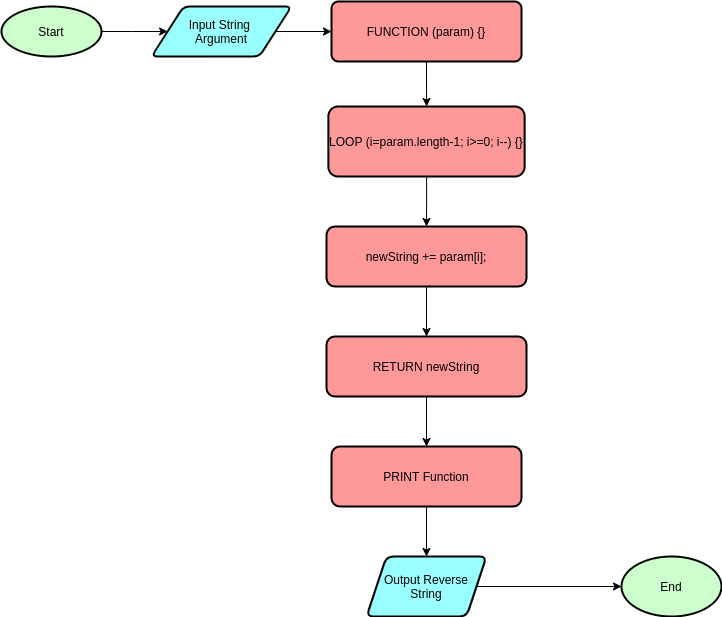
This is Flowchart/1_reverseString.png from ferdianfh/algorithm-and-flowchart, a draw.io export, as it was before one commit. Source tidied: cells renumbered, new cells last; positions are measured from the earlier drawing's top-left corner, leaving out a move shared by most shapes.
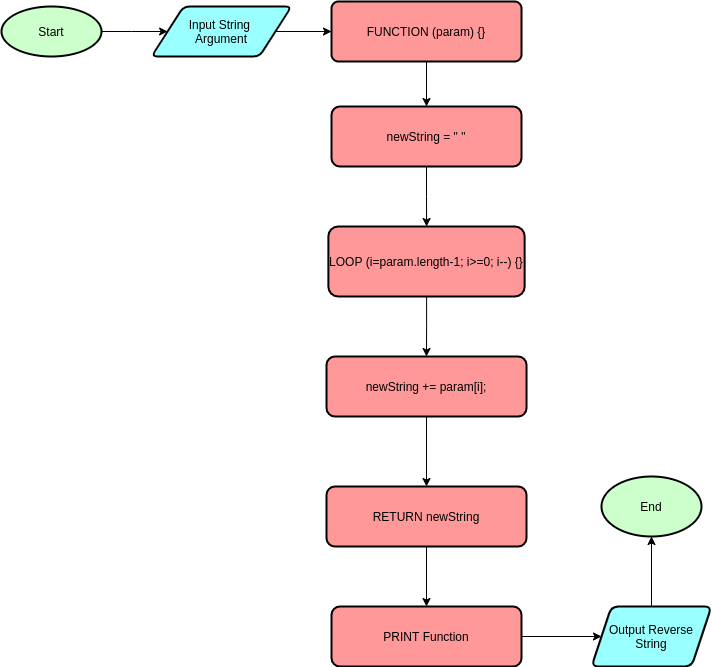
The same diagram one commit later.

Change to the diagram source:
```diff
@@ -19,9 +19,9 @@
     <mxCell id="5" value="Input String &lt;br&gt;Argument" style="shape=parallelogram;html=1;strokeWidth=2;perimeter=parallelogramPerimeter;whiteSpace=wrap;rounded=1;arcSize=12;size=0.23;fillColor=#99FFFF;" parent="1" vertex="1">
       <mxGeometry x="150" y="5" width="140" height="50" as="geometry" />
     </mxCell>
-    <mxCell id="6" style="edgeStyle=orthogonalEdgeStyle;rounded=0;jettySize=auto;html=1;" parent="1" edge="1" source="7" target="14">
-      <mxGeometry relative="1" as="geometry" />
-    </mxCell>
+    <mxCell id="19" style="edgeStyle=orthogonalEdgeStyle;rounded=0;jettySize=auto;html=1;" parent="1" edge="1" source="7" target="21">
+      <mxGeometry relative="1" as="geometry" />
+    </mxCell>
     <mxCell id="7" value="&lt;div style=&quot;text-align: left&quot;&gt;&lt;span&gt;FUNCTION (param) {}&lt;/span&gt;&lt;/div&gt;" style="rounded=1;whiteSpace=wrap;html=1;absoluteArcSize=1;arcSize=14;strokeWidth=2;align=center;fillColor=#FF9999;" parent="1" vertex="1">
       <mxGeometry x="330" width="190" height="60" as="geometry" />
     </mxCell>
@@ -29,34 +29,40 @@
       <mxGeometry relative="1" as="geometry" />
     </mxCell>
     <mxCell id="9" value="PRINT Function" style="whiteSpace=wrap;html=1;rounded=1;strokeWidth=2;arcSize=14;fillColor=#FF9999;" parent="1" vertex="1">
-      <mxGeometry x="330" y="445" width="190" height="60" as="geometry" />
+      <mxGeometry x="330" y="605" width="190" height="60" as="geometry" />
     </mxCell>
     <mxCell id="10" style="edgeStyle=orthogonalEdgeStyle;rounded=0;jettySize=auto;html=1;" parent="1" edge="1" source="11" target="12">
       <mxGeometry relative="1" as="geometry" />
     </mxCell>
     <mxCell id="11" value="Output Reverse String" style="shape=parallelogram;perimeter=parallelogramPerimeter;whiteSpace=wrap;html=1;fixedSize=1;rounded=1;strokeWidth=2;arcSize=14;fillColor=#99FFFF;" parent="1" vertex="1">
-      <mxGeometry x="365" y="555" width="120" height="60" as="geometry" />
+      <mxGeometry x="590" y="605" width="120" height="60" as="geometry" />
     </mxCell>
     <mxCell id="12" value="End" style="ellipse;whiteSpace=wrap;html=1;rounded=1;strokeWidth=2;arcSize=14;fillColor=#CCFFCC;" parent="1" vertex="1">
-      <mxGeometry x="620" y="555" width="100" height="60" as="geometry" />
+      <mxGeometry x="600" y="475" width="100" height="60" as="geometry" />
     </mxCell>
     <mxCell id="13" style="edgeStyle=orthogonalEdgeStyle;rounded=0;jettySize=auto;html=1;" parent="1" edge="1" source="14" target="16">
       <mxGeometry relative="1" as="geometry" />
     </mxCell>
     <mxCell id="14" value="&lt;span style=&quot;text-align: left&quot;&gt;LOOP (i=param.length-1; i&amp;gt;=0; i--) {}&lt;/span&gt;" style="rounded=1;whiteSpace=wrap;html=1;strokeWidth=2;fillColor=#FF9999;arcSize=14;" parent="1" vertex="1">
-      <mxGeometry x="326.9" y="105" width="196.2" height="70" as="geometry" />
+      <mxGeometry x="326.9" y="225" width="196.2" height="70" as="geometry" />
     </mxCell>
     <mxCell id="15" style="edgeStyle=orthogonalEdgeStyle;rounded=0;jettySize=auto;html=1;" parent="1" edge="1" source="16" target="18">
       <mxGeometry relative="1" as="geometry" />
     </mxCell>
     <mxCell id="16" value="&lt;span style=&quot;text-align: left&quot;&gt;newString += param[i];&lt;/span&gt;" style="whiteSpace=wrap;html=1;rounded=1;strokeWidth=2;fillColor=#FF9999;arcSize=14;" parent="1" vertex="1">
-      <mxGeometry x="325" y="225" width="200" height="60" as="geometry" />
+      <mxGeometry x="325" y="355" width="200" height="60" as="geometry" />
     </mxCell>
     <mxCell id="17" style="edgeStyle=orthogonalEdgeStyle;rounded=0;jettySize=auto;html=1;" parent="1" edge="1" source="18" target="9">
       <mxGeometry relative="1" as="geometry" />
     </mxCell>
     <mxCell id="18" value="RETURN newString" style="whiteSpace=wrap;html=1;rounded=1;strokeWidth=2;fillColor=#FF9999;arcSize=14;" parent="1" vertex="1">
-      <mxGeometry x="325" y="335" width="200" height="60" as="geometry" />
+      <mxGeometry x="325" y="485" width="200" height="60" as="geometry" />
     </mxCell>
+    <mxCell id="20" style="edgeStyle=orthogonalEdgeStyle;rounded=0;jettySize=auto;html=1;" parent="1" edge="1" source="21" target="14">
+      <mxGeometry relative="1" as="geometry" />
+    </mxCell>
+    <mxCell id="21" value="newString = &quot; &quot;" style="whiteSpace=wrap;html=1;rounded=1;strokeWidth=2;fillColor=#FF9999;arcSize=14;" parent="1" vertex="1">
+      <mxGeometry x="330" y="105" width="190" height="60" as="geometry" />
+    </mxCell>
   </root>
 </mxGraphModel>
```
